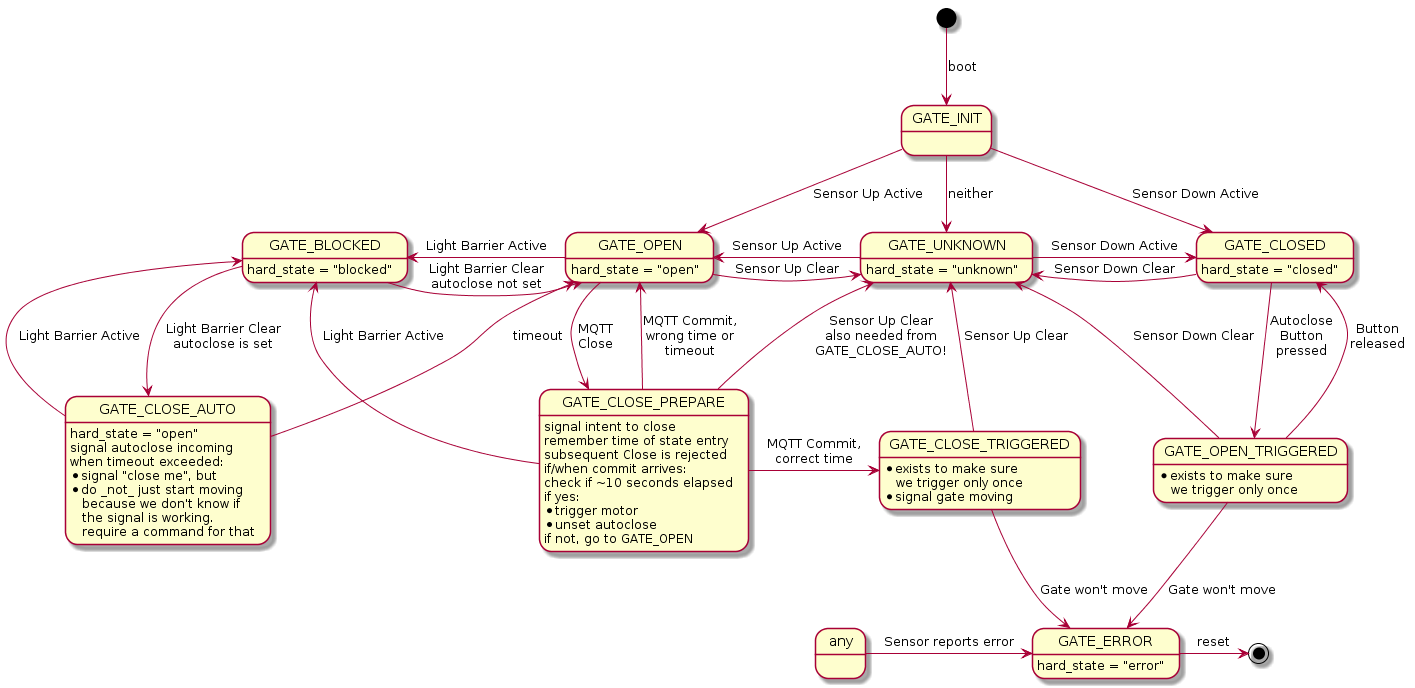
Svedrin/gatecontrol keeps this PlantUML diagram as docs/statemachine.png. Above is the earlier version.
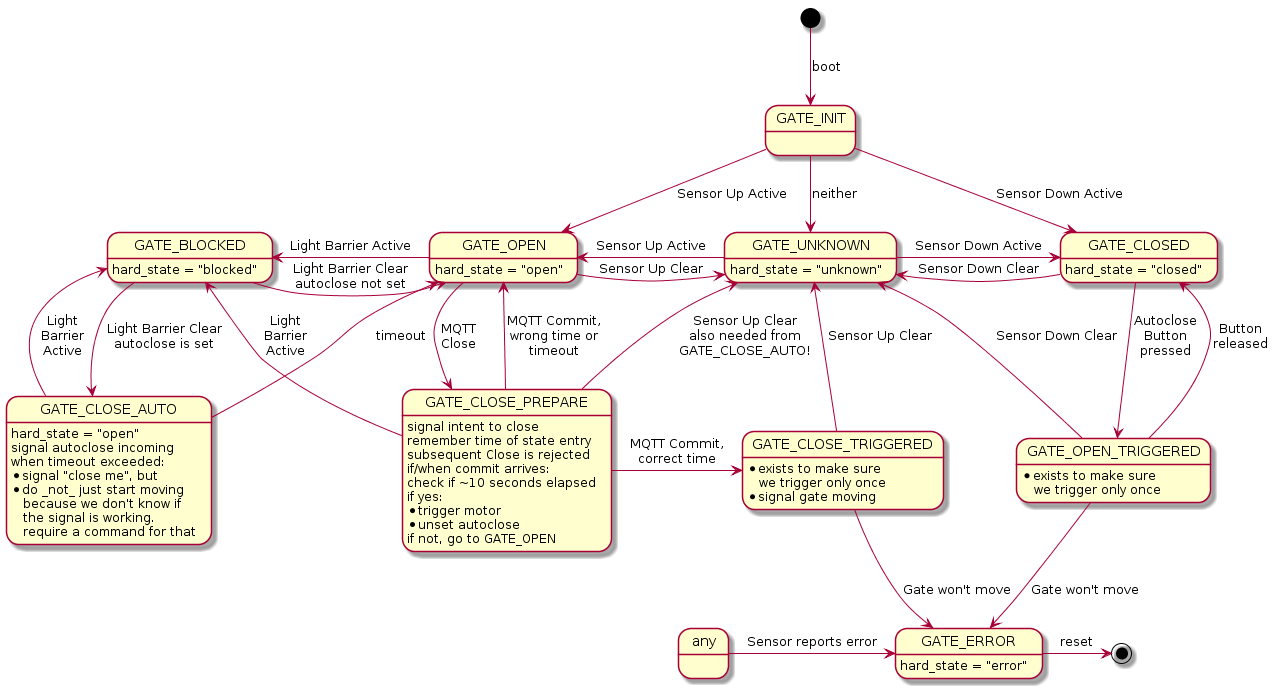
The same file after the commit.

The edit, as a diff of the source:
```diff
@@ -22,7 +22,7 @@
 
 
 GATE_BLOCKED    -down->  GATE_CLOSE_AUTO    : Light Barrier Clear\nautoclose is set
-GATE_CLOSE_AUTO -up->    GATE_BLOCKED       : Light Barrier Active
+GATE_CLOSE_AUTO -up->    GATE_BLOCKED       : Light\nBarrier\nActive
 GATE_CLOSE_AUTO -up->    GATE_OPEN          : timeout
 GATE_CLOSE_AUTO : hard_state = "open"
 GATE_CLOSE_AUTO : signal autoclose incoming
@@ -41,7 +41,7 @@
 GATE_CLOSE_PREPARE: * unset autoclose
 GATE_CLOSE_PREPARE: if not, go to GATE_OPEN
 
-GATE_CLOSE_PREPARE   -up->     GATE_BLOCKED         : Light Barrier Active
+GATE_CLOSE_PREPARE   -up->     GATE_BLOCKED         : Light\nBarrier\nActive
 GATE_CLOSE_PREPARE   -up->     GATE_UNKNOWN         : Sensor Up Clear\nalso needed from\nGATE_CLOSE_AUTO!
 GATE_CLOSE_PREPARE   -up->     GATE_OPEN            : MQTT Commit,\nwrong time or\ntimeout
 GATE_CLOSE_PREPARE   -right->  GATE_CLOSE_TRIGGERED : MQTT Commit,\ncorrect time
```
